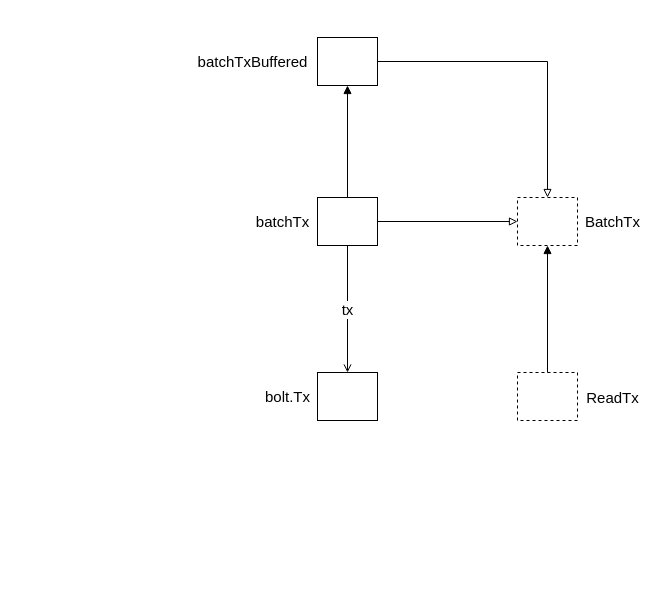
The draw.io diagram page "第 5 页" (6 of 6) of etcd/etcd-backend.drawio in dovics/draw.io, before the edit. Source tidied: cells renumbered, new cells numbered last; positions are measured from the earlier drawing's top-left corner, leaving out a move shared by most shapes. Both pictures are drawn from the tidied source at 100%, with x=0, y=0 at pixel (187, 37).
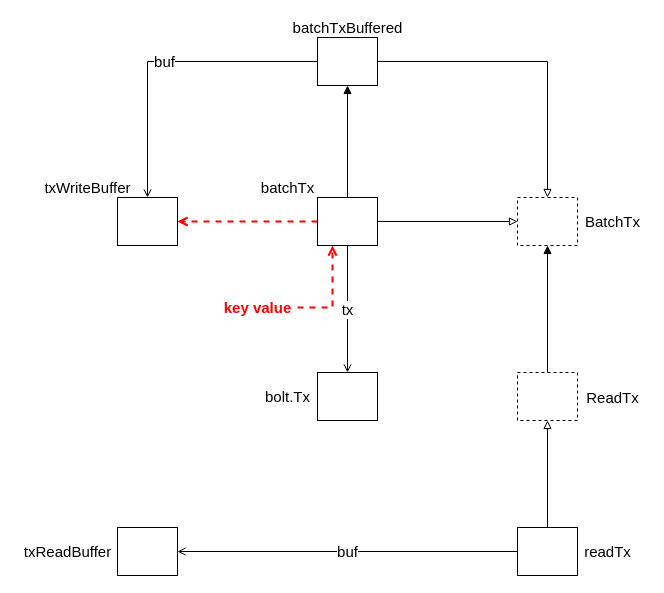
After the change.

Unchanged cells that the change refers to:
```xml
<mxCell id="7" style="rounded=0;whiteSpace=wrap;html=1;strokeWidth=1;fontSize=16;fillColor=none;" parent="1" vertex="1">
  <mxGeometry x="130" y="160" width="60" height="48" as="geometry" />
</mxCell>
<mxCell id="12" style="rounded=0;whiteSpace=wrap;html=1;strokeWidth=1;fontSize=16;fillColor=none;" parent="1" vertex="1">
  <mxGeometry x="130" width="60" height="48" as="geometry" />
</mxCell>
<mxCell id="14" style="rounded=0;whiteSpace=wrap;html=1;strokeWidth=1;fontSize=16;dashed=1;fillColor=none;" parent="1" vertex="1">
  <mxGeometry x="330" y="335" width="60" height="48" as="geometry" />
</mxCell>
```

The edit, as a diff of the source:
```diff
@@
+    <mxCell id="17" style="edgeStyle=orthogonalEdgeStyle;rounded=0;jettySize=auto;html=1;exitX=0;exitY=0.5;exitDx=0;exitDy=0;entryX=1;entryY=0.5;entryDx=0;entryDy=0;dashed=1;fontSize=15;fontColor=#FF0000;endArrow=open;endFill=0;strokeColor=#FF0000;strokeWidth=2;" parent="1" edge="1" source="7" target="19">
+      <mxGeometry relative="1" as="geometry" />
+    </mxCell>
@@
     <mxCell id="8" value="batchTx" style="text;html=1;align=center;verticalAlign=middle;strokeColor=none;fillColor=none;fontSize=15;" parent="1" vertex="1">
-      <mxGeometry x="60" y="174" width="70" height="20" as="geometry" />
+      <mxGeometry x="65" y="140" width="70" height="20" as="geometry" />
     </mxCell>
@@
+    <mxCell id="18" value="buf" style="edgeStyle=orthogonalEdgeStyle;rounded=0;jettySize=auto;html=1;exitX=0;exitY=0.5;exitDx=0;exitDy=0;entryX=0.5;entryY=0;entryDx=0;entryDy=0;fontSize=15;endArrow=open;endFill=0;" parent="1" edge="1" source="12" target="19">
+      <mxGeometry relative="1" as="geometry" />
+    </mxCell>
@@
     <mxCell id="16" value="batchTxBuffered" style="text;html=1;align=center;verticalAlign=middle;strokeColor=none;fillColor=none;fontSize=15;" parent="1" vertex="1">
-      <mxGeometry y="14" width="130" height="20" as="geometry" />
+      <mxGeometry x="95" y="-20" width="130" height="20" as="geometry" />
     </mxCell>
+    <mxCell id="19" style="rounded=0;whiteSpace=wrap;html=1;strokeWidth=1;fontSize=16;fillColor=none;" parent="1" vertex="1">
+      <mxGeometry x="-70" y="160" width="60" height="48" as="geometry" />
+    </mxCell>
+    <mxCell id="20" value="txWriteBuffer" style="text;html=1;align=center;verticalAlign=middle;strokeColor=none;fillColor=none;fontSize=15;" parent="1" vertex="1">
+      <mxGeometry x="-150" y="140" width="100" height="20" as="geometry" />
+    </mxCell>
+    <mxCell id="21" style="edgeStyle=orthogonalEdgeStyle;rounded=0;jettySize=auto;html=1;exitX=0.5;exitY=0;exitDx=0;exitDy=0;entryX=0.5;entryY=1;entryDx=0;entryDy=0;fontSize=15;endArrow=block;endFill=0;" parent="1" edge="1" source="23" target="14">
+      <mxGeometry relative="1" as="geometry" />
+    </mxCell>
+    <mxCell id="22" value="buf" style="edgeStyle=orthogonalEdgeStyle;rounded=0;jettySize=auto;html=1;exitX=0;exitY=0.5;exitDx=0;exitDy=0;entryX=1;entryY=0.5;entryDx=0;entryDy=0;fontSize=15;endArrow=open;endFill=0;" parent="1" edge="1" source="23" target="25">
+      <mxGeometry relative="1" as="geometry" />
+    </mxCell>
+    <mxCell id="23" style="rounded=0;whiteSpace=wrap;html=1;strokeWidth=1;fontSize=16;fillColor=none;" parent="1" vertex="1">
+      <mxGeometry x="330" y="490" width="60" height="48" as="geometry" />
+    </mxCell>
+    <mxCell id="24" value="readTx" style="text;html=1;align=center;verticalAlign=middle;strokeColor=none;fillColor=none;fontSize=15;" parent="1" vertex="1">
+      <mxGeometry x="390" y="504" width="60" height="20" as="geometry" />
+    </mxCell>
+    <mxCell id="25" style="rounded=0;whiteSpace=wrap;html=1;strokeWidth=1;fontSize=16;fillColor=none;" parent="1" vertex="1">
+      <mxGeometry x="-70" y="490" width="60" height="48" as="geometry" />
+    </mxCell>
+    <mxCell id="26" value="txReadBuffer" style="text;html=1;align=center;verticalAlign=middle;strokeColor=none;fillColor=none;fontSize=15;" parent="1" vertex="1">
+      <mxGeometry x="-170" y="504" width="100" height="20" as="geometry" />
+    </mxCell>
+    <mxCell id="27" style="edgeStyle=orthogonalEdgeStyle;rounded=0;jettySize=auto;html=1;dashed=1;fontSize=15;fontColor=#FF0000;endArrow=open;endFill=0;strokeColor=#FF0000;strokeWidth=2;entryX=0.25;entryY=1;entryDx=0;entryDy=0;" parent="1" edge="1" source="28" target="7">
+      <mxGeometry relative="1" as="geometry" />
+    </mxCell>
+    <mxCell id="28" value="key value" style="text;html=1;align=center;verticalAlign=middle;points=[];strokeColor=none;fillColor=none;fontSize=15;fontColor=#FF0000;fontStyle=1;" parent="1" vertex="1">
+      <mxGeometry x="30" y="260" width="80" height="20" as="geometry" />
+    </mxCell>
```
